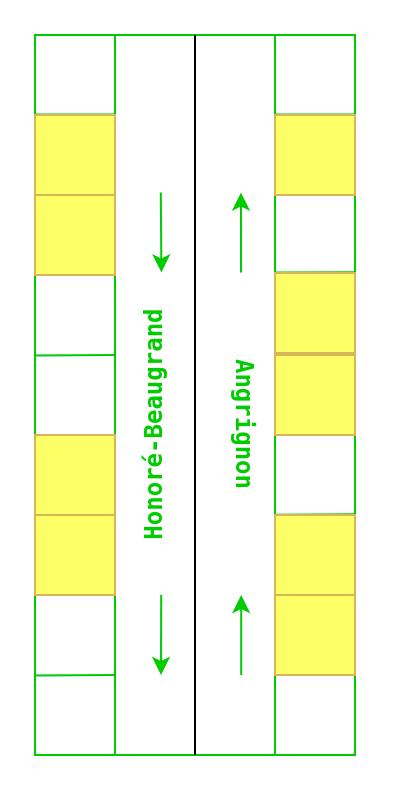
Above: assets/template.drawio in khalilv/khalilv.github.io (draw.io), before the change. Source tidied: cells renumbered, new cells numbered last; positions are measured from the earlier drawing's top-left corner, leaving out a move shared by most shapes. Both pictures are drawn from the tidied source at 200%, with x=0, y=0 at pixel (-166, 114).
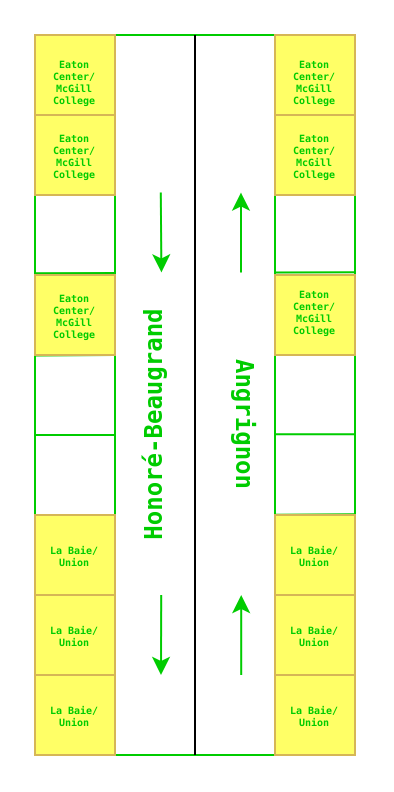
The same page after the edit.

What changed in the source:
```diff
@@
-    <mxCell id="26" style="text;html=1;strokeColor=#d6b656;fillColor=#FFFF66;align=center;verticalAlign=middle;whiteSpace=wrap;rounded=1;fontFamily=Lucida Console;fontSize=7;fontColor=#00CC00;glass=0;sketch=0;arcSize=0;" parent="1" vertex="1">
-      <mxGeometry x="100" y="200" width="40" height="40" as="geometry" />
-    </mxCell>
     <mxCell id="27" style="text;html=1;strokeColor=#d6b656;fillColor=#FFFF66;align=center;verticalAlign=middle;whiteSpace=wrap;rounded=1;fontFamily=Lucida Console;fontSize=7;fontColor=#00CC00;glass=0;sketch=0;arcSize=0;" parent="1" vertex="1">
-      <mxGeometry x="100" y="160" width="40" height="40" as="geometry" />
+      <mxGeometry x="100" y="280" width="40" height="40" as="geometry" />
     </mxCell>
@@
-    <mxCell id="30" style="text;html=1;strokeColor=#d6b656;fillColor=#FFFF66;align=center;verticalAlign=middle;whiteSpace=wrap;rounded=1;fontFamily=Lucida Console;fontSize=7;fontColor=#00CC00;glass=0;sketch=0;arcSize=0;" parent="1" vertex="1">
-      <mxGeometry x="220" y="200" width="40" height="40" as="geometry" />
-    </mxCell>
-    <mxCell id="31" style="text;html=1;strokeColor=#d6b656;fillColor=#FFFF66;align=center;verticalAlign=middle;whiteSpace=wrap;rounded=1;fontFamily=Lucida Console;fontSize=7;fontColor=#00CC00;glass=0;sketch=0;arcSize=0;" parent="1" vertex="1">
-      <mxGeometry x="220" y="240" width="40" height="40" as="geometry" />
-    </mxCell>
-    <mxCell id="32" style="text;html=1;strokeColor=#d6b656;fillColor=#FFFF66;align=center;verticalAlign=middle;whiteSpace=wrap;rounded=1;fontFamily=Lucida Console;fontSize=7;fontColor=#00CC00;glass=0;sketch=0;arcSize=0;" parent="1" vertex="1">
-      <mxGeometry x="220" y="120" width="40" height="40" as="geometry" />
-    </mxCell>
     <mxCell id="33" style="text;html=1;strokeColor=#d6b656;fillColor=#FFFF66;align=center;verticalAlign=middle;whiteSpace=wrap;rounded=1;fontFamily=Lucida Console;fontSize=7;fontColor=#00CC00;glass=0;sketch=0;arcSize=0;" parent="1" vertex="1">
-      <mxGeometry x="220" y="79" width="40" height="40" as="geometry" />
+      <mxGeometry x="220" y="280" width="40" height="40" as="geometry" />
     </mxCell>
     <mxCell id="34" style="text;html=1;strokeColor=#d6b656;fillColor=#FFFF66;align=center;verticalAlign=middle;whiteSpace=wrap;rounded=1;fontFamily=Lucida Console;fontSize=7;fontColor=#00CC00;glass=0;sketch=0;arcSize=0;" parent="1" vertex="1">
-      <mxGeometry x="220" width="40" height="40" as="geometry" />
+      <mxGeometry x="220" y="-40" width="40" height="40" as="geometry" />
     </mxCell>
     <mxCell id="35" style="text;html=1;strokeColor=#d6b656;fillColor=#FFFF66;align=center;verticalAlign=middle;whiteSpace=wrap;rounded=1;fontFamily=Lucida Console;fontSize=7;fontColor=#00CC00;glass=0;sketch=0;arcSize=0;" parent="1" vertex="1">
-      <mxGeometry x="100" width="40" height="40" as="geometry" />
+      <mxGeometry x="100" y="240" width="40" height="40" as="geometry" />
     </mxCell>
-    <mxCell id="36" style="text;html=1;strokeColor=#d6b656;fillColor=#FFFF66;align=center;verticalAlign=middle;whiteSpace=wrap;rounded=1;fontFamily=Lucida Console;fontSize=7;fontColor=#00CC00;glass=0;sketch=0;arcSize=0;" parent="1" vertex="1">
-      <mxGeometry x="100" y="40" width="40" height="40" as="geometry" />
-    </mxCell>
+    <mxCell id="31" style="text;html=1;strokeColor=#d6b656;fillColor=#FFFF66;align=center;verticalAlign=middle;whiteSpace=wrap;rounded=1;fontFamily=Lucida Console;fontSize=7;fontColor=#00CC00;glass=0;sketch=0;arcSize=0;" parent="1" vertex="1">
+      <mxGeometry x="220" y="240" width="40" height="40" as="geometry" />
+    </mxCell>
+    <mxCell id="30" style="text;html=1;strokeColor=#d6b656;fillColor=#FFFF66;align=center;verticalAlign=middle;whiteSpace=wrap;rounded=1;fontFamily=Lucida Console;fontSize=7;fontColor=#00CC00;glass=0;sketch=0;arcSize=0;" parent="1" vertex="1">
+      <mxGeometry x="220" y="200" width="40" height="40" as="geometry" />
+    </mxCell>
+    <mxCell id="26" style="text;html=1;strokeColor=#d6b656;fillColor=#FFFF66;align=center;verticalAlign=middle;whiteSpace=wrap;rounded=1;fontFamily=Lucida Console;fontSize=7;fontColor=#00CC00;glass=0;sketch=0;arcSize=0;" parent="1" vertex="1">
+      <mxGeometry x="100" y="200" width="40" height="40" as="geometry" />
+    </mxCell>
+    <mxCell id="37" style="text;html=1;strokeColor=#d6b656;fillColor=#FFFF66;align=center;verticalAlign=middle;whiteSpace=wrap;rounded=1;fontFamily=Lucida Console;fontSize=7;fontColor=#00CC00;glass=0;sketch=0;arcSize=0;" parent="1" vertex="1">
+      <mxGeometry x="100" y="80" width="40" height="40" as="geometry" />
+    </mxCell>
+    <mxCell id="38" style="text;html=1;strokeColor=#d6b656;fillColor=#FFFF66;align=center;verticalAlign=middle;whiteSpace=wrap;rounded=1;fontFamily=Lucida Console;fontSize=7;fontColor=#00CC00;glass=0;sketch=0;arcSize=0;" parent="1" vertex="1">
+      <mxGeometry x="100" width="40" height="40" as="geometry" />
+    </mxCell>
+    <mxCell id="39" style="text;html=1;strokeColor=#d6b656;fillColor=#FFFF66;align=center;verticalAlign=middle;whiteSpace=wrap;rounded=1;fontFamily=Lucida Console;fontSize=7;fontColor=#00CC00;glass=0;sketch=0;arcSize=0;" parent="1" vertex="1">
+      <mxGeometry x="100" y="-40" width="40" height="40" as="geometry" />
+    </mxCell>
+    <mxCell id="40" style="text;html=1;strokeColor=#d6b656;fillColor=#FFFF66;align=center;verticalAlign=middle;whiteSpace=wrap;rounded=1;fontFamily=Lucida Console;fontSize=7;fontColor=#00CC00;glass=0;sketch=0;arcSize=0;" parent="1" vertex="1">
+      <mxGeometry x="220" width="40" height="40" as="geometry" />
+    </mxCell>
+    <mxCell id="41" style="text;html=1;strokeColor=#d6b656;fillColor=#FFFF66;align=center;verticalAlign=middle;whiteSpace=wrap;rounded=1;fontFamily=Lucida Console;fontSize=7;fontColor=#00CC00;glass=0;sketch=0;arcSize=0;" parent="1" vertex="1">
+      <mxGeometry x="220" y="80" width="40" height="40" as="geometry" />
+    </mxCell>
+    <mxCell id="42" value="Eaton Center/ McGill College" style="text;html=1;strokeColor=none;fillColor=none;align=center;verticalAlign=middle;whiteSpace=wrap;rounded=0;rotation=0;fontColor=#00CC00;fontStyle=1;fontFamily=Lucida Console;fontSize=5;" parent="1" vertex="1">
+      <mxGeometry x="100" y="-35" width="40" height="35" as="geometry" />
+    </mxCell>
+    <mxCell id="43" value="Eaton Center/ McGill College" style="text;html=1;strokeColor=none;fillColor=none;align=center;verticalAlign=middle;whiteSpace=wrap;rounded=0;rotation=0;fontColor=#00CC00;fontStyle=1;fontFamily=Lucida Console;fontSize=5;" parent="1" vertex="1">
+      <mxGeometry x="220" y="-35" width="40" height="35" as="geometry" />
+    </mxCell>
+    <mxCell id="44" value="Eaton Center/ McGill College" style="text;html=1;strokeColor=none;fillColor=none;align=center;verticalAlign=middle;whiteSpace=wrap;rounded=0;rotation=0;fontColor=#00CC00;fontStyle=1;fontFamily=Lucida Console;fontSize=5;" parent="1" vertex="1">
+      <mxGeometry x="100" y="2.5" width="40" height="35" as="geometry" />
+    </mxCell>
+    <mxCell id="45" value="Eaton Center/ McGill College" style="text;html=1;strokeColor=none;fillColor=none;align=center;verticalAlign=middle;whiteSpace=wrap;rounded=0;rotation=0;fontColor=#00CC00;fontStyle=1;fontFamily=Lucida Console;fontSize=5;" parent="1" vertex="1">
+      <mxGeometry x="220" y="2.5" width="40" height="35" as="geometry" />
+    </mxCell>
+    <mxCell id="46" value="Eaton Center/ McGill College" style="text;html=1;strokeColor=none;fillColor=none;align=center;verticalAlign=middle;whiteSpace=wrap;rounded=0;rotation=0;fontColor=#00CC00;fontStyle=1;fontFamily=Lucida Console;fontSize=5;" parent="1" vertex="1">
+      <mxGeometry x="100" y="82.5" width="40" height="35" as="geometry" />
+    </mxCell>
+    <mxCell id="47" value="Eaton Center/ McGill College" style="text;html=1;strokeColor=none;fillColor=none;align=center;verticalAlign=middle;whiteSpace=wrap;rounded=0;rotation=0;fontColor=#00CC00;fontStyle=1;fontFamily=Lucida Console;fontSize=5;" parent="1" vertex="1">
+      <mxGeometry x="220" y="80" width="40" height="35" as="geometry" />
+    </mxCell>
+    <mxCell id="48" value="La Baie/ Union" style="text;html=1;strokeColor=none;fillColor=none;align=center;verticalAlign=middle;whiteSpace=wrap;rounded=0;rotation=0;fontColor=#00CC00;fontStyle=1;fontFamily=Lucida Console;fontSize=5;" parent="1" vertex="1">
+      <mxGeometry x="220" y="202.5" width="40" height="35" as="geometry" />
+    </mxCell>
+    <mxCell id="49" value="La Baie/ Union" style="text;html=1;strokeColor=none;fillColor=none;align=center;verticalAlign=middle;whiteSpace=wrap;rounded=0;rotation=0;fontColor=#00CC00;fontStyle=1;fontFamily=Lucida Console;fontSize=5;" parent="1" vertex="1">
+      <mxGeometry x="220" y="242.5" width="40" height="35" as="geometry" />
+    </mxCell>
+    <mxCell id="50" value="La Baie/ Union" style="text;html=1;strokeColor=none;fillColor=none;align=center;verticalAlign=middle;whiteSpace=wrap;rounded=0;rotation=0;fontColor=#00CC00;fontStyle=1;fontFamily=Lucida Console;fontSize=5;" parent="1" vertex="1">
+      <mxGeometry x="220" y="282.5" width="40" height="35" as="geometry" />
+    </mxCell>
+    <mxCell id="51" value="La Baie/ Union" style="text;html=1;strokeColor=none;fillColor=none;align=center;verticalAlign=middle;whiteSpace=wrap;rounded=0;rotation=0;fontColor=#00CC00;fontStyle=1;fontFamily=Lucida Console;fontSize=5;" parent="1" vertex="1">
+      <mxGeometry x="100" y="202.5" width="40" height="35" as="geometry" />
+    </mxCell>
+    <mxCell id="52" value="La Baie/ Union" style="text;html=1;strokeColor=none;fillColor=none;align=center;verticalAlign=middle;whiteSpace=wrap;rounded=0;rotation=0;fontColor=#00CC00;fontStyle=1;fontFamily=Lucida Console;fontSize=5;" parent="1" vertex="1">
+      <mxGeometry x="100" y="242.5" width="40" height="35" as="geometry" />
+    </mxCell>
+    <mxCell id="53" value="La Baie/ Union" style="text;html=1;strokeColor=none;fillColor=none;align=center;verticalAlign=middle;whiteSpace=wrap;rounded=0;rotation=0;fontColor=#00CC00;fontStyle=1;fontFamily=Lucida Console;fontSize=5;" parent="1" vertex="1">
+      <mxGeometry x="100" y="282.5" width="40" height="35" as="geometry" />
+    </mxCell>
```
